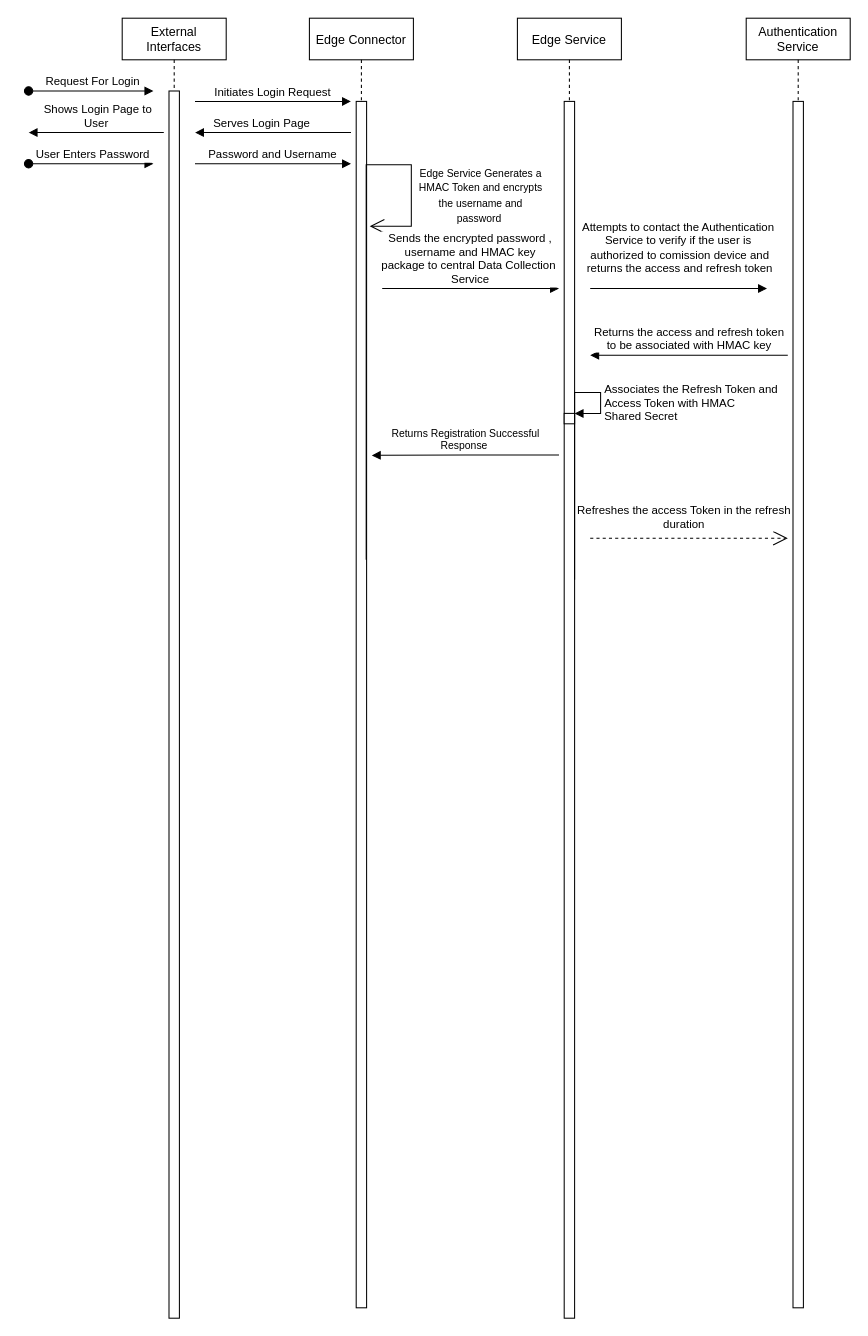
The draw.io diagram Untitled Diagram.drawio in rahulkaplesh/edgeService, before the edit. Source tidied: cells renumbered, new cells numbered last; positions are measured from the earlier drawing's top-left corner, leaving out a move shared by most shapes. Both pictures are drawn from the tidied source at 104%, with x=0, y=0 at pixel (28, 18).
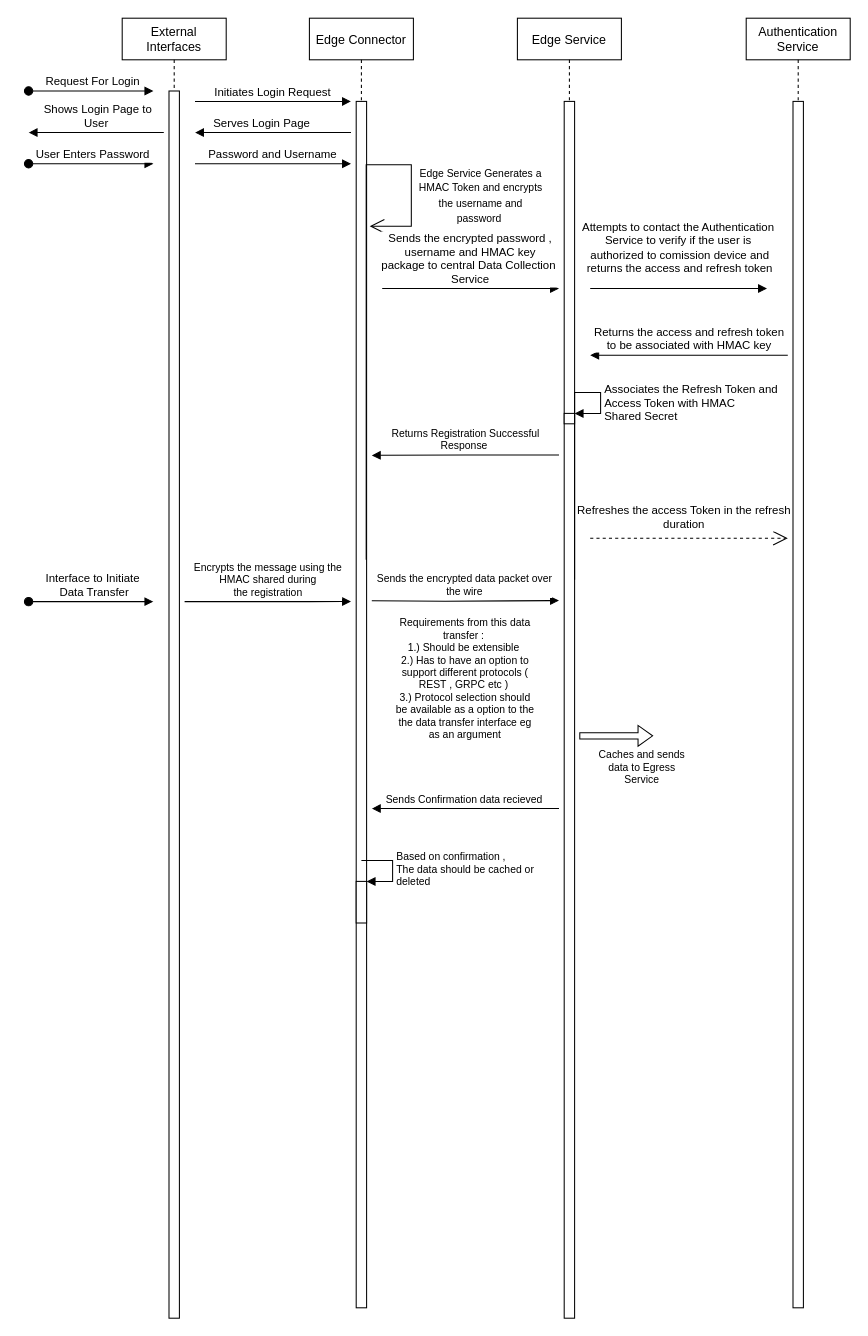
Above is the later version.

Unchanged cells that the change refers to:
```xml
<mxCell id="2" value="External &#10;Interfaces" style="shape=umlLifeline;perimeter=lifelinePerimeter;rounded=0;shadow=0;strokeWidth=1;" parent="1" vertex="1">
  <mxGeometry x="90" width="100" height="1250" as="geometry" />
</mxCell>
<mxCell id="5" value="Edge Connector" style="shape=umlLifeline;perimeter=lifelinePerimeter;rounded=0;shadow=0;strokeWidth=1;" parent="1" vertex="1">
  <mxGeometry x="270" width="100" height="1240" as="geometry" />
</mxCell>
<mxCell id="10" value="Edge Service" style="shape=umlLifeline;perimeter=lifelinePerimeter;rounded=0;shadow=0;strokeWidth=1;" parent="1" vertex="1">
  <mxGeometry x="470" width="100" height="1250" as="geometry" />
</mxCell>
```

What changed in the source:
```diff
@@
+    <mxCell id="25" value="Encrypts the message using the &lt;br&gt;HMAC shared during &lt;br&gt;the registration" style="html=1;verticalAlign=bottom;endArrow=block;rounded=0;fontSize=10;edgeStyle=orthogonalEdgeStyle;entryX=0.4;entryY=0.387;entryDx=0;entryDy=0;entryPerimeter=0;" parent="2" edge="1">
+      <mxGeometry relative="1" as="geometry">
+        <mxPoint x="60" y="561" as="sourcePoint" />
+        <mxPoint x="220" y="560.9" as="targetPoint" />
+        <Array as="points">
+          <mxPoint x="180" y="561" />
+          <mxPoint x="180" y="561" />
+        </Array>
+      </mxGeometry>
+    </mxCell>
@@
+    <mxCell id="26" style="html=1;points=[];perimeter=orthogonalPerimeter;fontSize=10;" parent="5" vertex="1">
+      <mxGeometry x="45" y="830" width="10" height="40" as="geometry" />
+    </mxCell>
+    <mxCell id="27" value="Based on confirmation ,&amp;nbsp;&lt;br&gt;The data should be cached or&lt;br&gt;deleted" style="edgeStyle=orthogonalEdgeStyle;html=1;align=left;spacingLeft=2;endArrow=block;rounded=0;entryX=1;entryY=0;fontSize=10;" parent="5" edge="1" target="26">
+      <mxGeometry relative="1" as="geometry">
+        <mxPoint x="50" y="810" as="sourcePoint" />
+        <Array as="points">
+          <mxPoint x="80" y="810" />
+        </Array>
+      </mxGeometry>
+    </mxCell>
@@
+    <mxCell id="28" value="Interface to Initiate&#10; Data Transfer" style="verticalAlign=bottom;startArrow=oval;endArrow=block;startSize=8;shadow=0;strokeWidth=1;" parent="1" edge="1">
+      <mxGeometry x="0.04" relative="1" as="geometry">
+        <mxPoint y="561" as="sourcePoint" />
+        <mxPoint x="120" y="561" as="targetPoint" />
+      </mxGeometry>
+    </mxCell>
+    <mxCell id="29" value="Sends the encrypted data packet over&lt;br&gt;the wire" style="html=1;verticalAlign=bottom;endArrow=block;rounded=0;fontSize=10;edgeStyle=orthogonalEdgeStyle;entryX=0.4;entryY=0.448;entryDx=0;entryDy=0;entryPerimeter=0;" parent="1" edge="1" target="10">
+      <mxGeometry relative="1" as="geometry">
+        <mxPoint x="330" y="560.1" as="sourcePoint" />
+      </mxGeometry>
+    </mxCell>
+    <mxCell id="30" value="Requirements from this data transfer :&amp;nbsp;&lt;br&gt;1.) Should be extensible&amp;nbsp;&lt;br&gt;2.) Has to have an option to support different protocols ( REST , GRPC etc )&amp;nbsp;&lt;br&gt;3.) Protocol selection should be available as a option to the the data transfer interface eg as an argument" style="text;html=1;strokeColor=none;fillColor=none;align=center;verticalAlign=middle;whiteSpace=wrap;rounded=0;fontSize=10;" parent="1" vertex="1">
+      <mxGeometry x="350" y="570" width="140" height="130" as="geometry" />
+    </mxCell>
+    <mxCell id="31" style="shape=singleArrow;whiteSpace=wrap;html=1;fontSize=10;" parent="1" vertex="1">
+      <mxGeometry x="530" y="680" width="70" height="20" as="geometry" />
+    </mxCell>
+    <mxCell id="32" value="Caches and sends data to Egress Service" style="text;html=1;strokeColor=none;fillColor=none;align=center;verticalAlign=middle;whiteSpace=wrap;rounded=0;fontSize=10;" parent="1" vertex="1">
+      <mxGeometry x="540" y="700" width="100" height="40" as="geometry" />
+    </mxCell>
+    <mxCell id="33" value="Sends Confirmation data recieved&amp;nbsp;" style="html=1;verticalAlign=bottom;endArrow=block;rounded=0;fontSize=10;edgeStyle=orthogonalEdgeStyle;exitX=0.4;exitY=0.608;exitDx=0;exitDy=0;exitPerimeter=0;" parent="1" edge="1" source="10">
+      <mxGeometry relative="1" as="geometry">
+        <mxPoint x="330" y="760" as="targetPoint" />
+      </mxGeometry>
+    </mxCell>
```
